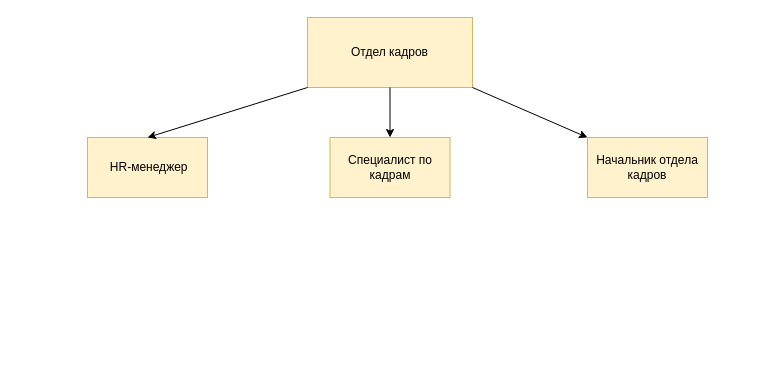
nn80nn/DataBases keeps this draw.io diagram as page "Page-3" (3 of 3) of Untitled Diagram.drawio. Above is the earlier version. Source tidied: cells renumbered, new cells numbered last; positions are measured from the earlier drawing's top-left corner, leaving out a move shared by most shapes. Both pictures are drawn from the tidied source at 100%, with x=0, y=0 at pixel (87, 17).
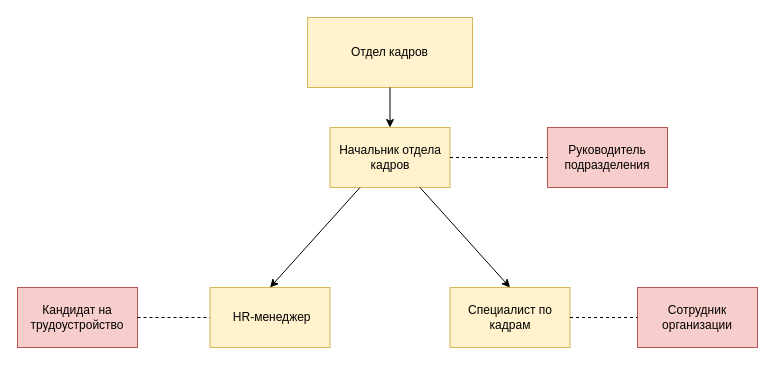
The same page after the edit.

Diff of the diagram source:
```diff
@@
 <mxGraphModel>
   <root>
     <mxCell id="0" />
     <mxCell id="1" parent="0" />
     <mxCell id="2" value="Отдел кадров" style="rounded=0;whiteSpace=wrap;html=1;fillColor=#fff2cc;strokeColor=#d6b656;" parent="1" vertex="1">
       <mxGeometry x="220" width="165" height="70" as="geometry" />
     </mxCell>
     <mxCell id="3" value="&amp;nbsp;HR-менеджер" style="rounded=0;whiteSpace=wrap;html=1;fillColor=#fff2cc;strokeColor=#d6b656;" parent="1" vertex="1">
-      <mxGeometry y="120" width="120" height="60" as="geometry" />
+      <mxGeometry x="122.5" y="270" width="120" height="60" as="geometry" />
     </mxCell>
     <mxCell id="4" value="Специалист по кадрам" style="rounded=0;whiteSpace=wrap;html=1;fillColor=#fff2cc;strokeColor=#d6b656;" parent="1" vertex="1">
-      <mxGeometry x="242.5" y="120" width="120" height="60" as="geometry" />
+      <mxGeometry x="362.5" y="270" width="120" height="60" as="geometry" />
     </mxCell>
     <mxCell id="5" value="Начальник отдела кадров" style="rounded=0;whiteSpace=wrap;html=1;fillColor=#fff2cc;strokeColor=#d6b656;" parent="1" vertex="1">
-      <mxGeometry x="500" y="120" width="120" height="60" as="geometry" />
+      <mxGeometry x="242.5" y="110" width="120" height="60" as="geometry" />
     </mxCell>
-    <mxCell id="6" style="endArrow=classic;html=1;rounded=0;exitX=0;exitY=1;exitDx=0;exitDy=0;entryX=0.5;entryY=0;entryDx=0;entryDy=0;" parent="1" edge="1" source="2" target="3">
+    <mxCell id="6" style="endArrow=classic;html=1;rounded=0;exitX=0.25;exitY=1;exitDx=0;exitDy=0;entryX=0.5;entryY=0;entryDx=0;entryDy=0;" parent="1" edge="1" source="5" target="3">
       <mxGeometry relative="1" as="geometry" />
     </mxCell>
-    <mxCell id="7" style="endArrow=classic;html=1;rounded=0;exitX=1;exitY=1;exitDx=0;exitDy=0;entryX=0;entryY=0;entryDx=0;entryDy=0;" parent="1" edge="1" source="2" target="5">
+    <mxCell id="7" style="endArrow=classic;html=1;rounded=0;exitX=0.5;exitY=1;exitDx=0;exitDy=0;entryX=0.5;entryY=0;entryDx=0;entryDy=0;" parent="1" edge="1" source="2" target="5">
       <mxGeometry relative="1" as="geometry" />
     </mxCell>
-    <mxCell id="8" style="endArrow=classic;html=1;rounded=0;exitX=0.5;exitY=1;exitDx=0;exitDy=0;entryX=0.5;entryY=0;entryDx=0;entryDy=0;" parent="1" edge="1" source="2" target="4">
+    <mxCell id="8" style="endArrow=classic;html=1;rounded=0;exitX=0.75;exitY=1;exitDx=0;exitDy=0;entryX=0.5;entryY=0;entryDx=0;entryDy=0;" parent="1" edge="1" source="5" target="4">
       <mxGeometry relative="1" as="geometry" />
     </mxCell>
+    <mxCell id="9" value="Руководитель подразделения" style="rounded=0;whiteSpace=wrap;html=1;fillColor=#f8cecc;strokeColor=#b85450;" parent="1" vertex="1">
+      <mxGeometry x="460" y="110" width="120" height="60" as="geometry" />
+    </mxCell>
+    <mxCell id="10" value="Кандидат на трудоустройство" style="rounded=0;whiteSpace=wrap;html=1;fillColor=#f8cecc;strokeColor=#b85450;" parent="1" vertex="1">
+      <mxGeometry x="-70" y="270" width="120" height="60" as="geometry" />
+    </mxCell>
+    <mxCell id="11" value="Сотрудник организации" style="rounded=0;whiteSpace=wrap;html=1;fillColor=#f8cecc;strokeColor=#b85450;" parent="1" vertex="1">
+      <mxGeometry x="550" y="270" width="120" height="60" as="geometry" />
+    </mxCell>
+    <mxCell id="12" style="endArrow=none;dashed=1;html=1;rounded=0;exitX=1;exitY=0.5;exitDx=0;exitDy=0;entryX=0;entryY=0.5;entryDx=0;entryDy=0;" parent="1" edge="1" source="10" target="3">
+      <mxGeometry relative="1" as="geometry" />
+    </mxCell>
+    <mxCell id="13" style="endArrow=none;dashed=1;html=1;rounded=0;exitX=1;exitY=0.5;exitDx=0;exitDy=0;entryX=0;entryY=0.5;entryDx=0;entryDy=0;" parent="1" edge="1" source="4" target="11">
+      <mxGeometry relative="1" as="geometry" />
+    </mxCell>
+    <mxCell id="14" style="endArrow=none;dashed=1;html=1;rounded=0;exitX=1;exitY=0.5;exitDx=0;exitDy=0;entryX=0;entryY=0.5;entryDx=0;entryDy=0;" parent="1" edge="1" source="5" target="9">
+      <mxGeometry relative="1" as="geometry" />
+    </mxCell>
   </root>
 </mxGraphModel>
```
